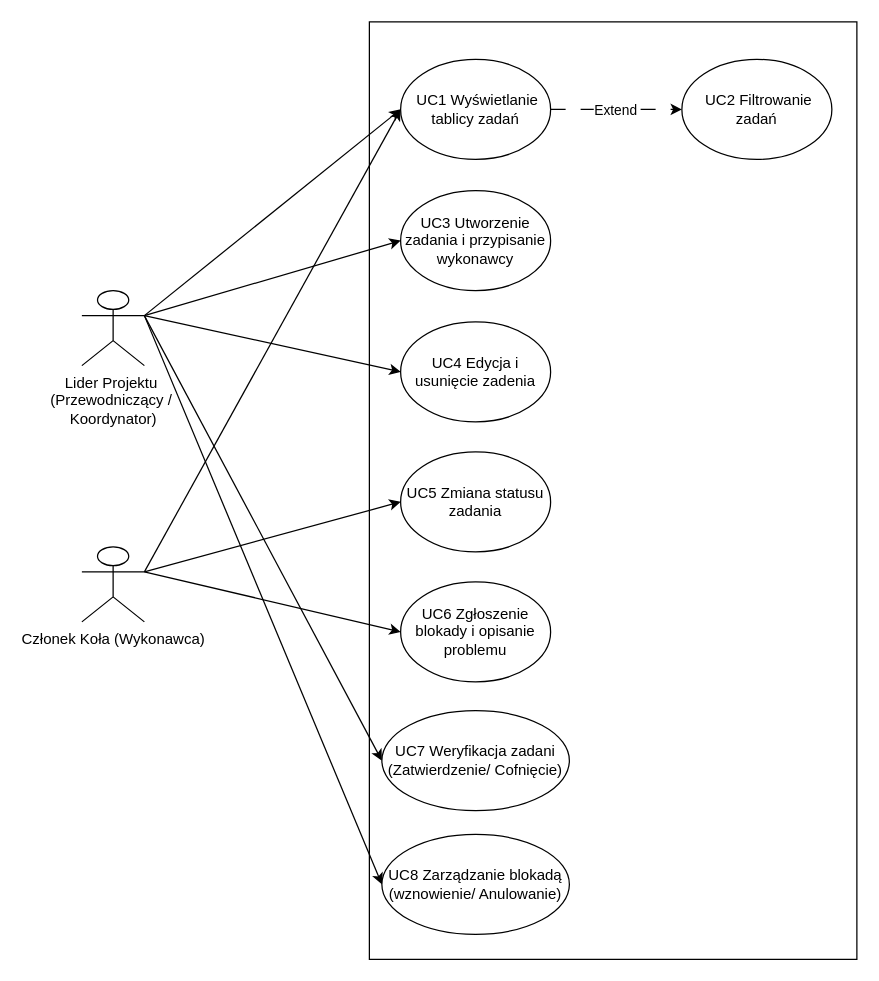
Above: docs/diagram_przypadków_użycia.drawio in Kamillo295/Tablica_zadan (draw.io), before the change. Source tidied: cells renumbered, new cells numbered last; positions are measured from the earlier drawing's top-left corner, leaving out a move shared by most shapes. Both pictures are drawn from the tidied source at 125%, with x=0, y=0 at pixel (81, 21).
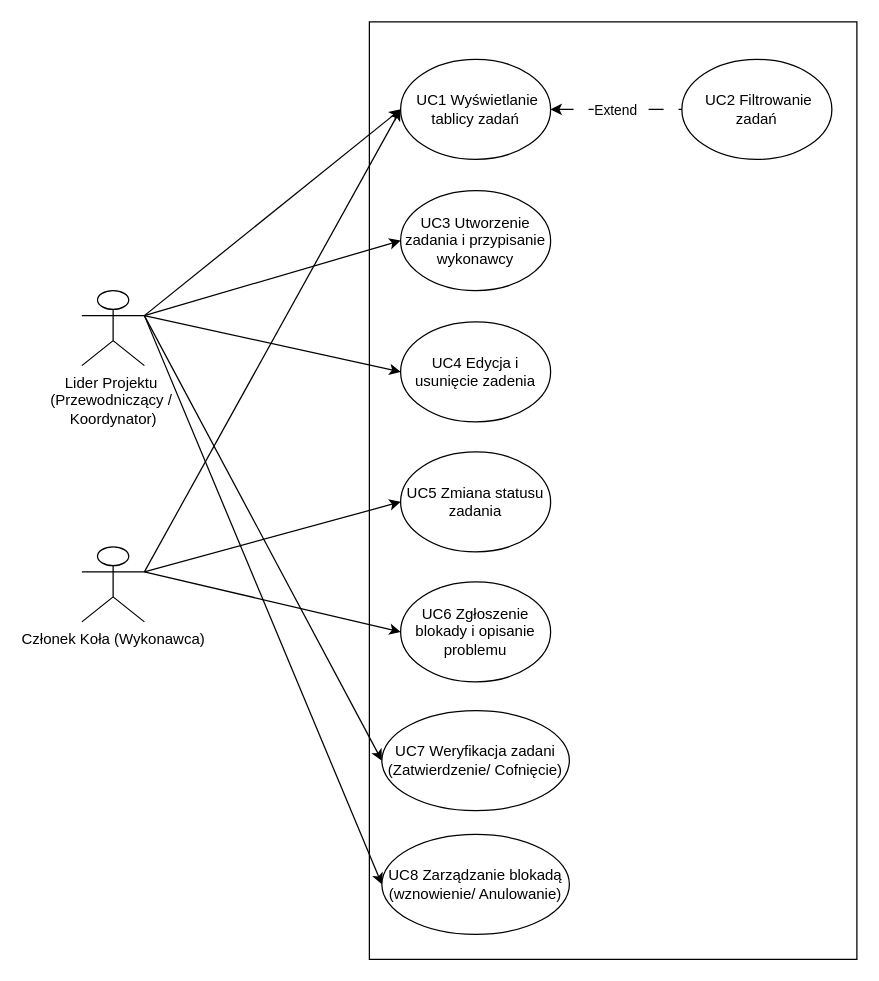
The same page after the edit.

Unchanged cells that the change refers to:
```xml
<mxCell id="9" value="&amp;nbsp;UC1 Wyświetlanie tablicy zadań" style="ellipse;whiteSpace=wrap;html=1;" parent="1" vertex="1">
  <mxGeometry x="255" y="30" width="120" height="80" as="geometry" />
</mxCell>
<mxCell id="10" value="&amp;nbsp;UC2 Filtrowanie zadań" style="ellipse;whiteSpace=wrap;html=1;" parent="1" vertex="1">
  <mxGeometry x="480" y="30" width="120" height="80" as="geometry" />
</mxCell>
```

Diff of the diagram source:
```diff
@@
-    <mxCell id="11" style="endArrow=classic;html=1;rounded=0;defaultLabelBackgroundColor=page;labelPadding=0 4;exitX=1;exitY=0.5;exitDx=0;exitDy=0;entryX=0;entryY=0.5;entryDx=0;entryDy=0;dashPattern=12 12;dashed=1;" parent="1" edge="1" source="9" target="10">
+    <mxCell id="11" style="endArrow=none;html=1;rounded=0;defaultLabelBackgroundColor=page;labelPadding=0 4;exitX=1;exitY=0.5;exitDx=0;exitDy=0;entryX=0;entryY=0.5;entryDx=0;entryDy=0;dashPattern=12 12;dashed=1;endFill=0;startArrow=classic;startFill=1;" parent="1" edge="1" source="9" target="10">
       <mxGeometry relative="1" as="geometry" />
     </mxCell>
```
